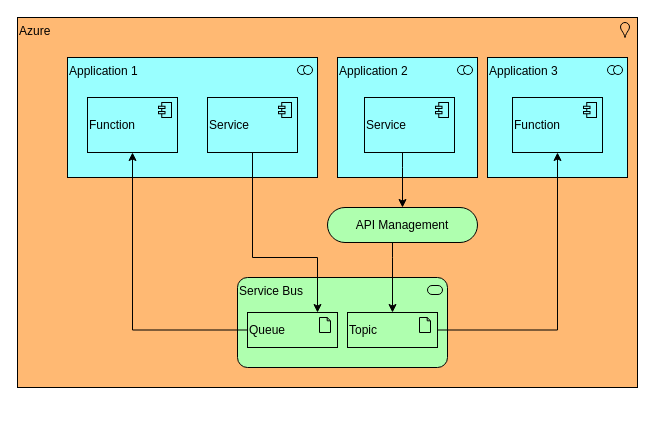
mrsmitty/drawio keeps this draw.io diagram as page "Cloud Native" (2 of 4) of DMIRS.drawio. Above is the earlier version. Source tidied: cells renumbered, new cells numbered last; positions are measured from the earlier drawing's top-left corner, leaving out a move shared by most shapes. Both pictures are drawn from the tidied source at 100%, with x=0, y=0 at pixel (17, 17).
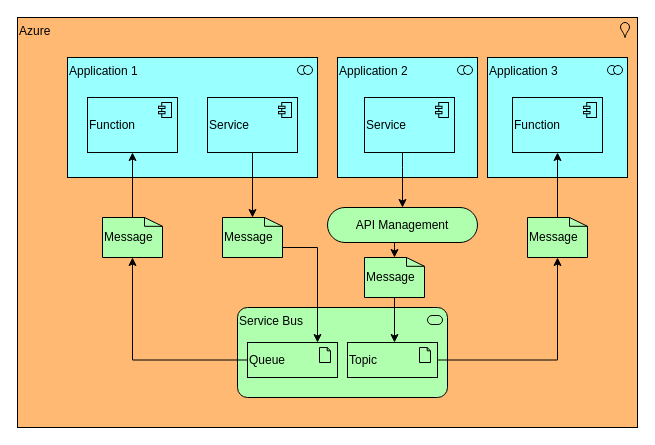
The same diagram, later.

Unchanged cells that the change refers to:
```xml
<mxCell id="3" value="API Management" style="html=1;outlineConnect=0;whiteSpace=wrap;fillColor=#AFFFAF;shape=mxgraph.archimate3.service;align=center;" parent="1" vertex="1">
  <mxGeometry x="310" y="190" width="150" height="35" as="geometry" />
</mxCell>
<mxCell id="6" value="Function" style="html=1;outlineConnect=0;whiteSpace=wrap;fillColor=#99ffff;shape=mxgraph.archimate3.application;appType=comp;archiType=square;align=left;" parent="1" vertex="1">
  <mxGeometry x="70" y="80" width="90" height="55" as="geometry" />
</mxCell>
<mxCell id="7" value="Service" style="html=1;outlineConnect=0;whiteSpace=wrap;fillColor=#99ffff;shape=mxgraph.archimate3.application;appType=comp;archiType=square;align=left;" parent="1" vertex="1">
  <mxGeometry x="190" y="80" width="90" height="55" as="geometry" />
</mxCell>
<mxCell id="17" value="Function" style="html=1;outlineConnect=0;whiteSpace=wrap;fillColor=#99ffff;shape=mxgraph.archimate3.application;appType=comp;archiType=square;align=left;" parent="1" vertex="1">
  <mxGeometry x="495" y="80" width="90" height="55" as="geometry" />
</mxCell>
```

What changed in the source:
```diff
@@
     <mxCell id="2" value="Azure" style="html=1;whiteSpace=wrap;fillColor=#FFB973;shape=mxgraph.archimate3.application;appType=location;archiType=square;align=left;verticalAlign=top;" parent="1" vertex="1">
-      <mxGeometry width="620" height="370" as="geometry" />
+      <mxGeometry width="620" height="410" as="geometry" />
     </mxCell>
@@
     <mxCell id="10" value="Service Bus" style="html=1;whiteSpace=wrap;fillColor=#AFFFAF;shape=mxgraph.archimate3.application;appType=serv;archiType=rounded;align=left;verticalAlign=top;" parent="1" vertex="1">
-      <mxGeometry x="220" y="260" width="210" height="90" as="geometry" />
+      <mxGeometry x="220" y="290" width="210" height="90" as="geometry" />
     </mxCell>
-    <mxCell id="11" style="edgeStyle=orthogonalEdgeStyle;rounded=0;jettySize=auto;html=1;" parent="1" edge="1" source="12" target="6">
+    <mxCell id="11" style="edgeStyle=orthogonalEdgeStyle;rounded=0;jettySize=auto;html=1;" parent="1" edge="1" source="23" target="6">
       <mxGeometry relative="1" as="geometry" />
     </mxCell>
     <mxCell id="12" value="Queue" style="html=1;outlineConnect=0;whiteSpace=wrap;fillColor=#AFFFAF;shape=mxgraph.archimate3.application;appType=artifact;archiType=square;align=left;" parent="1" vertex="1">
-      <mxGeometry x="230" y="295" width="90" height="35" as="geometry" />
+      <mxGeometry x="230" y="325" width="90" height="35" as="geometry" />
     </mxCell>
     <mxCell id="13" value="Topic" style="html=1;outlineConnect=0;whiteSpace=wrap;fillColor=#AFFFAF;shape=mxgraph.archimate3.application;appType=artifact;archiType=square;align=left;" parent="1" vertex="1">
-      <mxGeometry x="330" y="295" width="90" height="35" as="geometry" />
+      <mxGeometry x="330" y="325" width="90" height="35" as="geometry" />
     </mxCell>
-    <mxCell id="14" style="edgeStyle=orthogonalEdgeStyle;rounded=0;jettySize=auto;html=1;" parent="1" edge="1" source="3" target="13">
+    <mxCell id="14" style="edgeStyle=orthogonalEdgeStyle;rounded=0;jettySize=auto;html=1;" parent="1" edge="1" source="25" target="13">
       <mxGeometry relative="1" as="geometry">
         <Array as="points">
           <mxPoint x="375" y="240" />
           <mxPoint x="375" y="240" />
         </Array>
       </mxGeometry>
     </mxCell>
-    <mxCell id="15" style="edgeStyle=orthogonalEdgeStyle;rounded=0;jettySize=auto;html=1;" parent="1" edge="1" source="7" target="12">
+    <mxCell id="15" style="edgeStyle=orthogonalEdgeStyle;rounded=0;jettySize=auto;html=1;" parent="1" edge="1" source="19" target="12">
       <mxGeometry relative="1" as="geometry">
         <Array as="points">
-          <mxPoint x="235" y="240" />
-          <mxPoint x="300" y="240" />
+          <mxPoint x="300" y="230" />
         </Array>
       </mxGeometry>
     </mxCell>
@@
-    <mxCell id="18" style="edgeStyle=orthogonalEdgeStyle;rounded=0;jettySize=auto;html=1;entryX=0.5;entryY=1;entryDx=0;entryDy=0;entryPerimeter=0;" parent="1" edge="1" source="13" target="17">
+    <mxCell id="18" style="edgeStyle=orthogonalEdgeStyle;rounded=0;jettySize=auto;html=1;entryX=0.5;entryY=1;entryDx=0;entryDy=0;entryPerimeter=0;" parent="1" edge="1" source="21" target="17">
       <mxGeometry relative="1" as="geometry" />
     </mxCell>
+    <mxCell id="19" value="Message" style="html=1;outlineConnect=0;whiteSpace=wrap;fillColor=#AFFFAF;shape=mxgraph.archimate3.artifact;align=left;" parent="1" vertex="1">
+      <mxGeometry x="205" y="200" width="60" height="40" as="geometry" />
+    </mxCell>
+    <mxCell id="20" style="edgeStyle=orthogonalEdgeStyle;rounded=0;jettySize=auto;html=1;" parent="1" edge="1" source="7" target="19">
+      <mxGeometry relative="1" as="geometry" />
+    </mxCell>
+    <mxCell id="21" value="Message" style="html=1;outlineConnect=0;whiteSpace=wrap;fillColor=#AFFFAF;shape=mxgraph.archimate3.artifact;align=left;" parent="1" vertex="1">
+      <mxGeometry x="510" y="200" width="60" height="40" as="geometry" />
+    </mxCell>
+    <mxCell id="22" style="edgeStyle=orthogonalEdgeStyle;rounded=0;jettySize=auto;html=1;entryX=0.5;entryY=1;entryDx=0;entryDy=0;entryPerimeter=0;" parent="1" edge="1" source="13" target="21">
+      <mxGeometry relative="1" as="geometry" />
+    </mxCell>
+    <mxCell id="23" value="Message" style="html=1;outlineConnect=0;whiteSpace=wrap;fillColor=#AFFFAF;shape=mxgraph.archimate3.artifact;align=left;" parent="1" vertex="1">
+      <mxGeometry x="85" y="200" width="60" height="40" as="geometry" />
+    </mxCell>
+    <mxCell id="24" style="edgeStyle=orthogonalEdgeStyle;rounded=0;jettySize=auto;html=1;" parent="1" edge="1" source="12" target="23">
+      <mxGeometry relative="1" as="geometry" />
+    </mxCell>
+    <mxCell id="25" value="Message" style="html=1;outlineConnect=0;whiteSpace=wrap;fillColor=#AFFFAF;shape=mxgraph.archimate3.artifact;align=left;" parent="1" vertex="1">
+      <mxGeometry x="347" y="240" width="60" height="40" as="geometry" />
+    </mxCell>
+    <mxCell id="26" style="edgeStyle=orthogonalEdgeStyle;rounded=0;jettySize=auto;html=1;" parent="1" edge="1" source="3" target="25">
+      <mxGeometry relative="1" as="geometry">
+        <Array as="points">
+          <mxPoint x="377" y="230" />
+          <mxPoint x="377" y="230" />
+        </Array>
+      </mxGeometry>
+    </mxCell>
```
